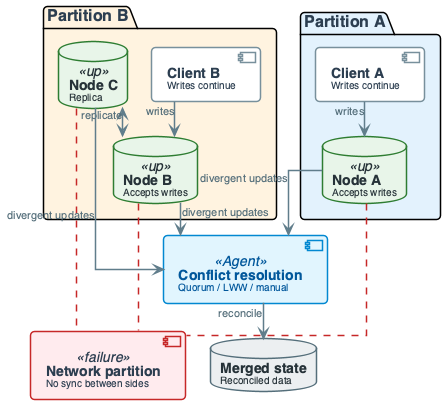
The PlantUML diagram diagrams/week02/week2_lecture_slide42_failure_partition.png in OrPerets/data-engineering-course, before a commit. The source it was exported from:
```plantuml
@startuml

top to bottom direction
skinparam linetype ortho
skinparam shadowing false
skinparam roundcorner 8
skinparam handwritten false
skinparam nodesep 24
skinparam ranksep 28

skinparam defaultFontName "Segoe UI, Helvetica, sans-serif"
skinparam defaultFontSize 16
skinparam defaultFontColor #2C3E50

skinparam rectangle {
    BackgroundColor #F8F9FA
    BorderColor #90A4AE
    BorderThickness 2
    FontColor #263238
    FontSize 14
    FontStyle bold
    Padding 20
}

skinparam component {
    BackgroundColor #FFFFFF
    BorderColor #78909C
    BorderThickness 1.5
    FontSize 14
    Padding 12
}

skinparam database {
    BackgroundColor #ECEFF1
    BorderColor #546E7A
    BorderThickness 1.5
    FontSize 14
    FontColor #263238
}

skinparam arrow {
    Color #607D8B
    Thickness 1.5
    FontSize 11
    FontColor #546E7A
}

skinparam component<<UI>> {
    BorderColor #8E24AA
    BackgroundColor #F3E5F5
    FontColor #4A148C
}

skinparam component<<Agent>> {
    BorderColor #0288D1
    BackgroundColor #E1F5FE
    FontColor #01579B
}

skinparam component<<Tool>> {
    BorderColor #2E7D32
    BackgroundColor #E8F5E9
    FontColor #1B5E20
}

skinparam component<<Config>> {
    BorderColor #F57C00
    BackgroundColor #FFF3E0
    FontColor #E65100
}

skinparam component<<Bad>> {
    BorderColor #C62828
    BackgroundColor #FFEBEE
    FontColor #B71C1C
}

skinparam component<<V1>> {
    BorderColor #F57C00
    BackgroundColor #FFF3E0
    FontColor #E65100
}

skinparam component<<V2>> {
    BorderColor #2E7D32
    BackgroundColor #E8F5E9
    FontColor #1B5E20
}

skinparam component<<up>> {
    BackgroundColor #E8F5E9
    BorderColor #2E7D32
}

skinparam component<<down>> {
    BackgroundColor #FFEBEE
    BorderColor #C62828
}

skinparam database<<up>> {
    BackgroundColor #E8F5E9
    BorderColor #2E7D32
}

skinparam database<<down>> {
    BackgroundColor #FFEBEE
    BorderColor #C62828
}

skinparam component<<success>> {
    BackgroundColor #E8F5E9
    BorderColor #2E7D32
}

skinparam component<<failure>> {
    BackgroundColor #FFEBEE
    BorderColor #C62828
}


package "**Partition A**" #E3F2FD {
    component "**Client A**\n<size:10>Writes continue</size>" as CA
    database "**Node A**\n<size:10>Accepts writes</size>" as NA <<up>>
}

package "**Partition B**" #FFF3E0 {
    component "**Client B**\n<size:10>Writes continue</size>" as CB
    database "**Node B**\n<size:10>Accepts writes</size>" as NB <<up>>
    database "**Node C**\n<size:10>Replica</size>" as NC <<up>>
    NB -[hidden]left- NC
}

component "**Network partition**\n<size:10>No sync between sides</size>" as PART <<failure>>
component "**Conflict resolution**\n<size:10>Quorum / LWW / manual</size>" as RESOLVE <<Agent>>
database "**Merged state**\n<size:10>Reconciled data</size>" as MERGED

CA --> NA : "writes"
CB --> NB : "writes"
NB <--> NC : "replicate"

NA -[#C62828].. PART
NB -[#C62828].. PART
NC -[#C62828].. PART

NA --> RESOLVE : "divergent updates"
NB --> RESOLVE : "divergent updates"
NC --> RESOLVE : "divergent updates"
RESOLVE --> MERGED : "reconcile"

@enduml
```
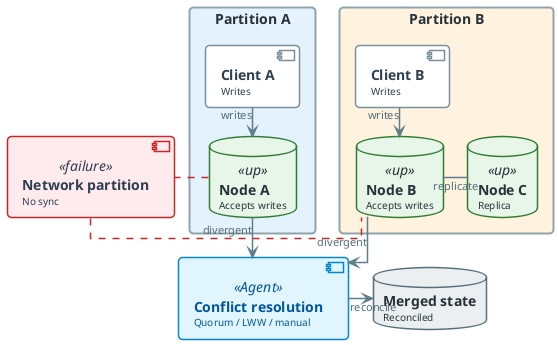
After the commit.

What changed in the source:
```diff
@@ -118,33 +118,33 @@
 }
 
 
-package "**Partition A**" #E3F2FD {
-    component "**Client A**\n<size:10>Writes continue</size>" as CA
+
+rectangle "**Partition A**" #E3F2FD {
+    component "**Client A**\n<size:10>Writes</size>" as CA
     database "**Node A**\n<size:10>Accepts writes</size>" as NA <<up>>
+    CA -down-> NA : "writes"
 }
 
-package "**Partition B**" #FFF3E0 {
-    component "**Client B**\n<size:10>Writes continue</size>" as CB
+rectangle "**Partition B**" #FFF3E0 {
+    component "**Client B**\n<size:10>Writes</size>" as CB
     database "**Node B**\n<size:10>Accepts writes</size>" as NB <<up>>
     database "**Node C**\n<size:10>Replica</size>" as NC <<up>>
-    NB -[hidden]left- NC
+    CB -down-> NB : "writes"
+    NB -right- NC : "replicate"
 }
 
-component "**Network partition**\n<size:10>No sync between sides</size>" as PART <<failure>>
-component "**Conflict resolution**\n<size:10>Quorum / LWW / manual</size>" as RESOLVE <<Agent>>
-database "**Merged state**\n<size:10>Reconciled data</size>" as MERGED
+component "**Network partition**\n<size:10>No sync</size>" as PART <<failure>>
 
-CA --> NA : "writes"
-CB --> NB : "writes"
-NB <--> NC : "replicate"
+together {
+    component "**Conflict resolution**\n<size:10>Quorum / LWW / manual</size>" as RESOLVE <<Agent>>
+    database "**Merged state**\n<size:10>Reconciled</size>" as MERGED
+}
 
-NA -[#C62828].. PART
-NB -[#C62828].. PART
-NC -[#C62828].. PART
+NA -[#C62828]right.. PART
+NB -[#C62828]left.. PART
 
-NA --> RESOLVE : "divergent updates"
-NB --> RESOLVE : "divergent updates"
-NC --> RESOLVE : "divergent updates"
-RESOLVE --> MERGED : "reconcile"
+NA -down-> RESOLVE : "divergent"
+NB -down-> RESOLVE : "divergent"
+RESOLVE -right-> MERGED : "reconcile"
 
 @enduml
```
